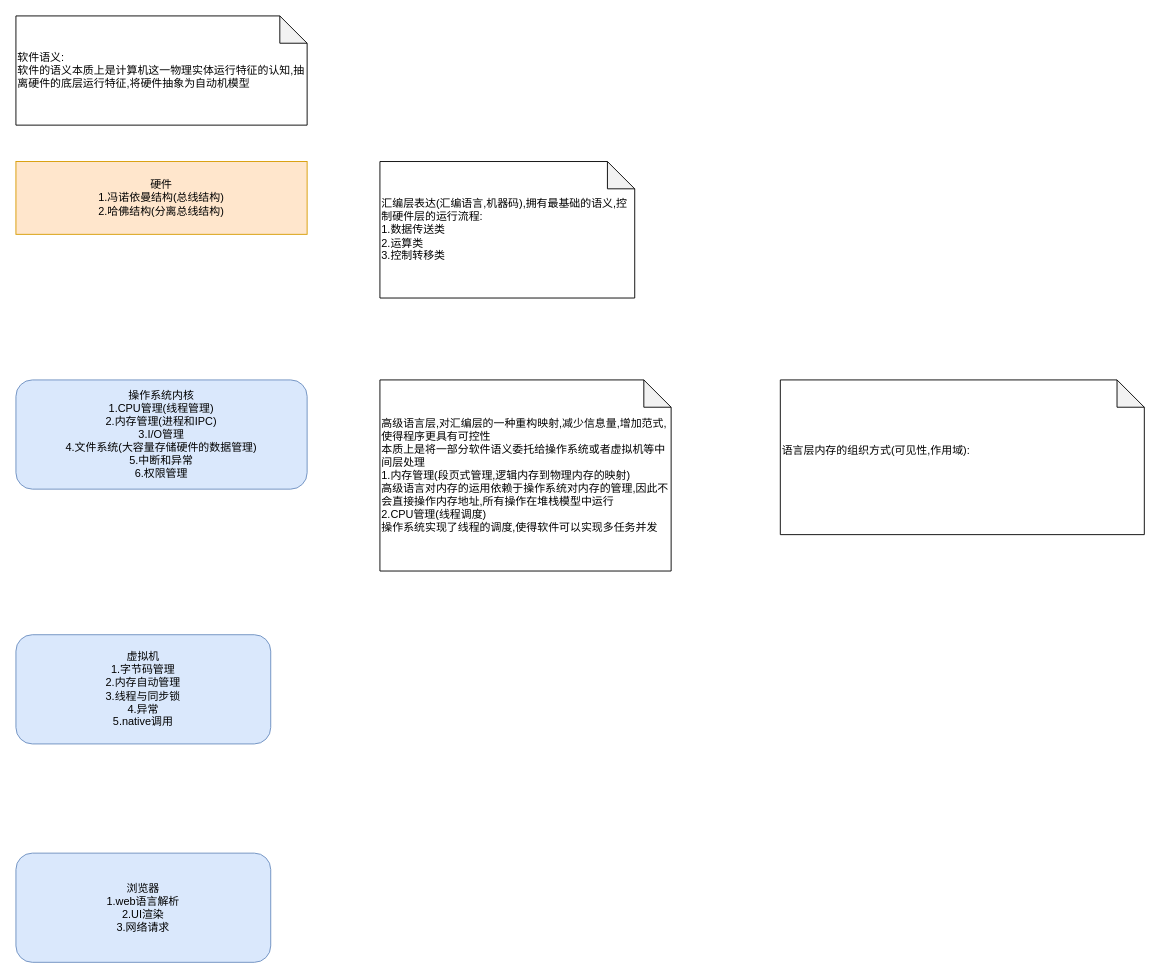
The draw.io diagram page "软件语义" (4 of 6) of base_model/实体和语言.drawio in cyxm/CodeGenerator, before the edit. Source tidied: cells renumbered, new cells numbered last; positions are measured from the earlier drawing's top-left corner, leaving out a move shared by most shapes. Both pictures are drawn from the tidied source at 91%, with x=0, y=0 at pixel (15, 15).
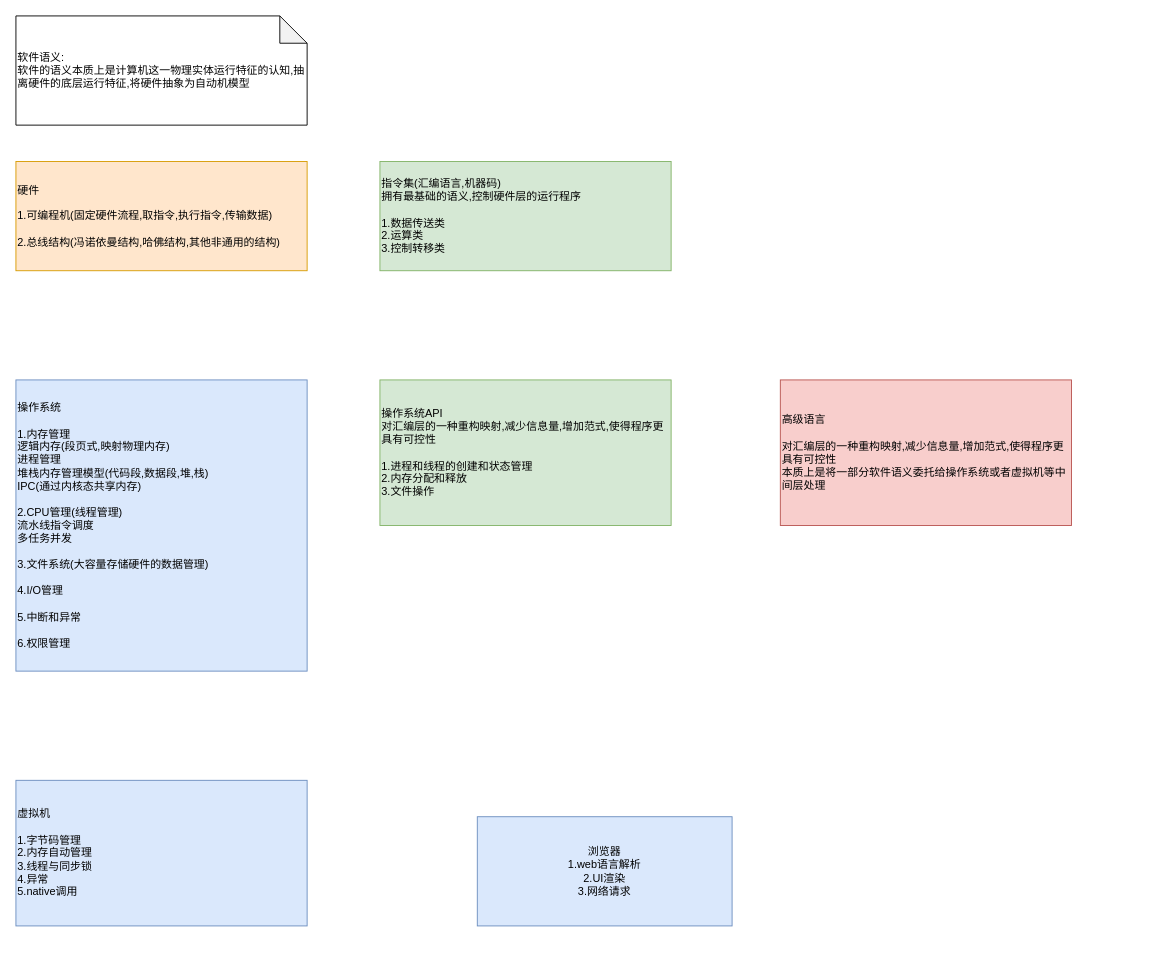
The same page after the edit.

Commit message:
更新实体和语言.drawio

The edit, as a diff of the source:
```diff
@@
 <mxGraphModel>
   <root>
     <mxCell id="0" />
     <mxCell id="1" parent="0" />
-    <mxCell id="2" value="&lt;div&gt;硬件&lt;/div&gt;&lt;div&gt;1.冯诺依曼结构(总线结构)&lt;/div&gt;&lt;div&gt;2.哈佛结构(分离总线结构)&lt;/div&gt;" style="rounded=0;whiteSpace=wrap;html=1;fillColor=#ffe6cc;strokeColor=#d79b00;" parent="1" vertex="1">
-      <mxGeometry y="160" width="320" height="80" as="geometry" />
+    <mxCell id="2" value="&lt;div&gt;硬件&lt;/div&gt;&lt;div&gt;&lt;br&gt;&lt;/div&gt;&lt;div&gt;1.可编程机(固定硬件流程,取指令,执行指令,传输数据)&lt;/div&gt;&lt;div&gt;&lt;br&gt;&lt;/div&gt;&lt;div&gt;2.总线结构(冯诺依曼结构,哈佛结构,其他非通用的结构)&lt;/div&gt;" style="rounded=0;whiteSpace=wrap;html=1;fillColor=#ffe6cc;strokeColor=#d79b00;align=left;" parent="1" vertex="1">
+      <mxGeometry y="160" width="320" height="120" as="geometry" />
     </mxCell>
-    <mxCell id="3" value="&lt;div&gt;操作系统内核&lt;/div&gt;&lt;div&gt;1.CPU管理(线程管理)&lt;/div&gt;&lt;div&gt;2.内存管理(进程和IPC)&lt;/div&gt;&lt;div&gt;3.I/O管理&lt;/div&gt;&lt;div&gt;4.文件系统(大容量存储硬件的数据管理)&lt;/div&gt;&lt;div&gt;5.中断和异常&lt;/div&gt;&lt;div&gt;6.权限管理&lt;/div&gt;" style="rounded=1;whiteSpace=wrap;html=1;fillColor=#dae8fc;strokeColor=#6c8ebf;" parent="1" vertex="1">
-      <mxGeometry y="400" width="320" height="120" as="geometry" />
+    <mxCell id="3" value="&lt;div&gt;操作系统&lt;/div&gt;&lt;div&gt;&lt;br&gt;&lt;/div&gt;&lt;div&gt;1.内存管理&lt;/div&gt;&lt;div&gt;逻辑内存(段页式,映射物理内存)&lt;/div&gt;&lt;div&gt;进程管理&lt;/div&gt;&lt;div&gt;堆栈内存管理模型(代码段,数据段,堆,栈)&lt;/div&gt;&lt;div&gt;IPC(通过内核态共享内存)&lt;/div&gt;&lt;div&gt;&lt;br&gt;&lt;/div&gt;&lt;div&gt;2.CPU管理(线程管理)&lt;/div&gt;&lt;div&gt;流水线指令调度&lt;/div&gt;&lt;div&gt;多任务并发&lt;/div&gt;&lt;div&gt;&lt;br&gt;&lt;/div&gt;&lt;div&gt;3.文件系统(大容量存储硬件的数据管理)&lt;/div&gt;&lt;div&gt;&lt;br&gt;&lt;/div&gt;&lt;div&gt;4.I/O管理&lt;/div&gt;&lt;div&gt;&lt;br&gt;&lt;/div&gt;&lt;div&gt;5.中断和异常&lt;/div&gt;&lt;div&gt;&lt;br&gt;&lt;/div&gt;&lt;div&gt;6.权限管理&lt;/div&gt;" style="rounded=0;whiteSpace=wrap;html=1;fillColor=#dae8fc;strokeColor=#6c8ebf;align=left;" parent="1" vertex="1">
+      <mxGeometry y="400" width="320" height="320" as="geometry" />
     </mxCell>
-    <mxCell id="4" value="&lt;div&gt;虚拟机&lt;/div&gt;&lt;div&gt;1.字节码管理&lt;/div&gt;&lt;div&gt;2.内存自动管理&lt;/div&gt;&lt;div&gt;3.线程与同步锁&lt;/div&gt;&lt;div&gt;4.异常&lt;/div&gt;&lt;div&gt;5.native调用&lt;/div&gt;" style="rounded=1;whiteSpace=wrap;html=1;fillColor=#dae8fc;strokeColor=#6c8ebf;" parent="1" vertex="1">
-      <mxGeometry y="680" width="280" height="120" as="geometry" />
+    <mxCell id="4" value="&lt;div&gt;虚拟机&lt;/div&gt;&lt;div&gt;&lt;br&gt;&lt;/div&gt;&lt;div&gt;1.字节码管理&lt;/div&gt;&lt;div&gt;2.内存自动管理&lt;/div&gt;&lt;div&gt;3.线程与同步锁&lt;/div&gt;&lt;div&gt;4.异常&lt;/div&gt;&lt;div&gt;5.native调用&lt;/div&gt;" style="rounded=0;whiteSpace=wrap;html=1;fillColor=#dae8fc;strokeColor=#6c8ebf;align=left;" parent="1" vertex="1">
+      <mxGeometry y="840" width="320" height="160" as="geometry" />
     </mxCell>
-    <mxCell id="5" value="&lt;div&gt;浏览器&lt;/div&gt;&lt;div&gt;1.web语言解析&lt;/div&gt;&lt;div&gt;2.UI渲染&lt;/div&gt;&lt;div&gt;3.网络请求&lt;/div&gt;" style="rounded=1;whiteSpace=wrap;html=1;fillColor=#dae8fc;strokeColor=#6c8ebf;" parent="1" vertex="1">
-      <mxGeometry y="920" width="280" height="120" as="geometry" />
+    <mxCell id="5" value="&lt;div&gt;浏览器&lt;/div&gt;&lt;div&gt;1.web语言解析&lt;/div&gt;&lt;div&gt;2.UI渲染&lt;/div&gt;&lt;div&gt;3.网络请求&lt;/div&gt;" style="rounded=0;whiteSpace=wrap;html=1;fillColor=#dae8fc;strokeColor=#6c8ebf;" parent="1" vertex="1">
+      <mxGeometry x="507" y="880" width="280" height="120" as="geometry" />
     </mxCell>
-    <mxCell id="6" value="&lt;div&gt;汇编层表达(汇编语言,机器码),拥有最基础的语义,控制硬件层的运行流程:&lt;/div&gt;&lt;div&gt;1.数据传送类&lt;/div&gt;&lt;div&gt;2.运算类&lt;/div&gt;&lt;div&gt;3.控制转移类&lt;/div&gt;" style="shape=note;whiteSpace=wrap;html=1;backgroundOutline=1;darkOpacity=0.05;align=left;" parent="1" vertex="1">
-      <mxGeometry x="400" y="160" width="280" height="150" as="geometry" />
-    </mxCell>
-    <mxCell id="7" value="&lt;div&gt;高级语言层,对汇编层的一种重构映射,减少信息量,增加范式,使得程序更具有可控性&lt;/div&gt;&lt;div&gt;本质上是将一部分软件语义委托给操作系统或者虚拟机等中间层处理&lt;/div&gt;&lt;div&gt;1.内存管理(段页式管理,逻辑内存到物理内存的映射)&lt;/div&gt;&lt;div&gt;高级语言对内存的运用依赖于操作系统对内存的管理,因此不会直接操作内存地址,所有操作在堆栈模型中运行&lt;/div&gt;&lt;div&gt;2.CPU管理(线程调度)&lt;/div&gt;&lt;div&gt;操作系统实现了线程的调度,使得软件可以实现多任务并发&lt;/div&gt;" style="shape=note;whiteSpace=wrap;html=1;backgroundOutline=1;darkOpacity=0.05;align=left;" parent="1" vertex="1">
-      <mxGeometry x="400" y="400" width="320" height="210" as="geometry" />
-    </mxCell>
-    <mxCell id="8" value="&lt;div&gt;软件语义:&lt;/div&gt;&lt;div&gt;软件的语义本质上是计算机这一物理实体运行特征的认知,抽离硬件的底层运行特征,将硬件抽象为自动机模型&lt;/div&gt;" style="shape=note;whiteSpace=wrap;html=1;backgroundOutline=1;darkOpacity=0.05;align=left;" parent="1" vertex="1">
+    <mxCell id="8" value="&lt;div&gt;软件语义:&lt;/div&gt;&lt;div&gt;软件的语义本质上是计算机这一物理实体运行特征的认知,抽离硬件的底层运行特征,将硬件抽象为自动机模型&lt;/div&gt;" style="shape=note;whiteSpace=wrap;html=1;backgroundOutline=1;darkOpacity=0.05;align=left;rounded=0;" parent="1" vertex="1">
       <mxGeometry width="320" height="120" as="geometry" />
     </mxCell>
-    <mxCell id="9" value="&lt;div&gt;语言层内存的组织方式(可见性,作用域):&lt;/div&gt;&lt;div&gt;&lt;br&gt;&lt;/div&gt;" style="shape=note;whiteSpace=wrap;html=1;backgroundOutline=1;darkOpacity=0.05;align=left;" parent="1" vertex="1">
-      <mxGeometry x="840" y="400" width="400" height="170" as="geometry" />
-    </mxCell>
+    <mxCell id="10" value="&lt;div&gt;指令集(汇编语言,机器码)&lt;/div&gt;&lt;div&gt;拥有最基础的语义,控制硬件层的运行程序&lt;/div&gt;&lt;div&gt;&lt;br&gt;&lt;/div&gt;&lt;div&gt;1.数据传送类&lt;/div&gt;&lt;div&gt;2.运算类&lt;/div&gt;&lt;div&gt;3.控制转移类&lt;/div&gt;" style="rounded=0;whiteSpace=wrap;html=1;fillColor=#d5e8d4;strokeColor=#82b366;align=left;" parent="1" vertex="1">
+      <mxGeometry x="400" y="160" width="320" height="120" as="geometry" />
+    </mxCell>
+    <mxCell id="11" value="&lt;div&gt;操作系统API&lt;/div&gt;&lt;div&gt;对汇编层的一种重构映射,减少信息量,增加范式,使得程序更具有可控性&lt;/div&gt;&lt;div&gt;&lt;br&gt;&lt;/div&gt;&lt;div&gt;1.进程和线程的创建和状态管理&lt;/div&gt;&lt;div&gt;2.内存分配和释放&lt;/div&gt;&lt;div&gt;3.文件操作&lt;/div&gt;" style="rounded=0;whiteSpace=wrap;html=1;fillColor=#d5e8d4;strokeColor=#82b366;align=left;" parent="1" vertex="1">
+      <mxGeometry x="400" y="400" width="320" height="160" as="geometry" />
+    </mxCell>
+    <mxCell id="12" value="&lt;div&gt;高级语言&lt;/div&gt;&lt;div&gt;&lt;br&gt;&lt;/div&gt;&lt;div&gt;对汇编层的一种重构映射,减少信息量,增加范式,使得程序更具有可控性&lt;/div&gt;&lt;div&gt;本质上是将一部分软件语义委托给操作系统或者虚拟机等中间层处理&lt;/div&gt;" style="rounded=0;whiteSpace=wrap;html=1;fillColor=#f8cecc;strokeColor=#b85450;align=left;" parent="1" vertex="1">
+      <mxGeometry x="840" y="400" width="320" height="160" as="geometry" />
+    </mxCell>
   </root>
 </mxGraphModel>
```
